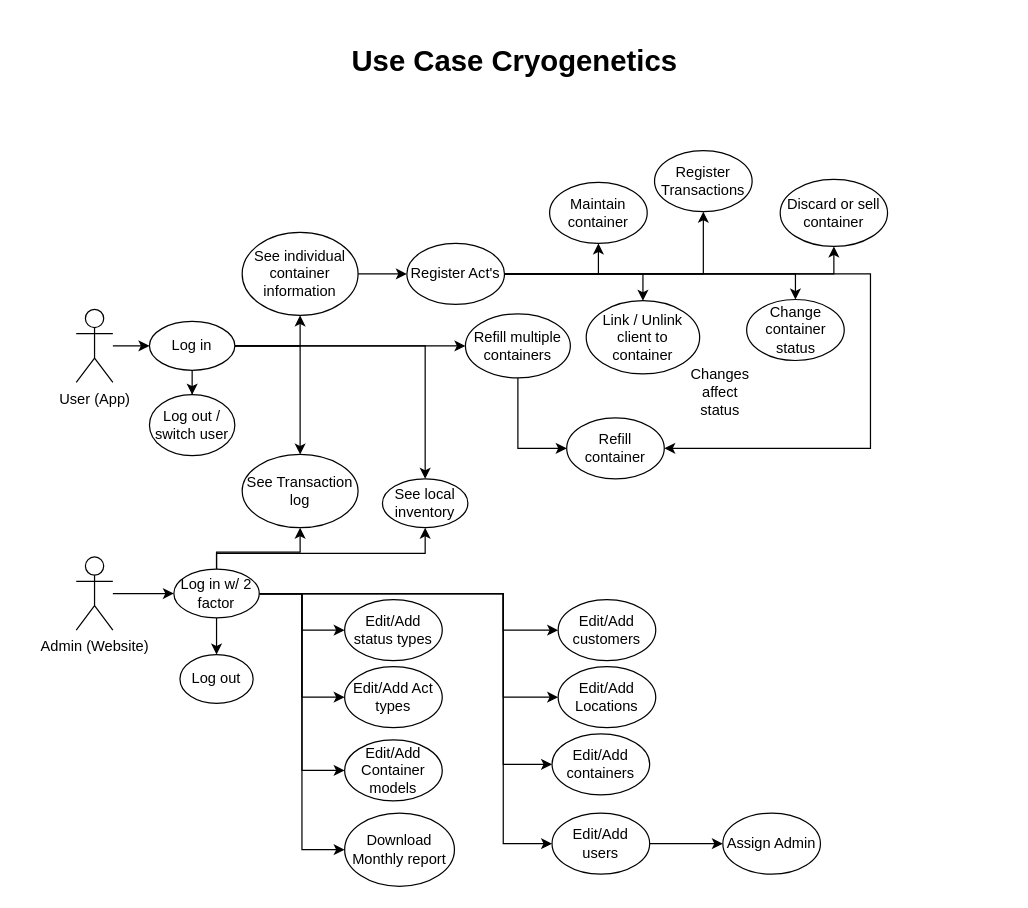
This is Documentation/Use Case Diagram/Use Case 3 Cryogenetics.drawio from AxelJacobsen/Bachelor-thesis-2023_Cryogenetics, a draw.io file, before an edit. Source tidied: cells renumbered, new cells numbered last; positions are measured from the earlier drawing's top-left corner, leaving out a move shared by most shapes. Both pictures are drawn from the tidied source at 122%, with x=0, y=0 at pixel (21, 21).
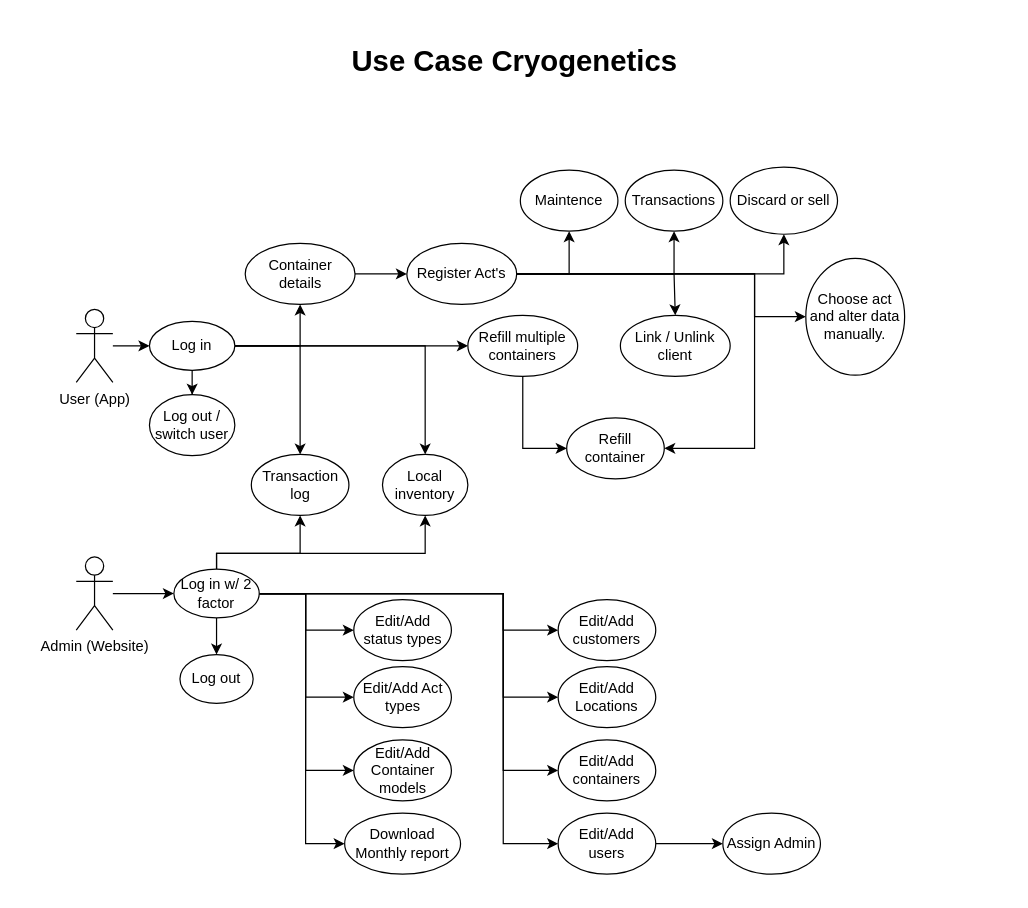
After the change.

Commit message:
Minor changes to use case diagram.

Unchanged cells that the change refers to:
```xml
<mxCell id="31" value="Log in w/ 2 factor" style="ellipse;whiteSpace=wrap;html=1;rounded=0;" parent="1" vertex="1">
  <mxGeometry x="125" y="449" width="70" height="40" as="geometry" />
</mxCell>
<mxCell id="46" value="Refill container" style="ellipse;whiteSpace=wrap;html=1;rounded=0;" parent="1" vertex="1">
  <mxGeometry x="447" y="325" width="80" height="50" as="geometry" />
</mxCell>
```

Change to the diagram source:
```diff
@@
-    <mxCell id="10" value="See local inventory" style="ellipse;whiteSpace=wrap;html=1;rounded=0;" parent="1" vertex="1">
-      <mxGeometry x="296" y="375" width="70" height="40" as="geometry" />
+    <mxCell id="10" value="Local inventory" style="ellipse;whiteSpace=wrap;html=1;rounded=0;" parent="1" vertex="1">
+      <mxGeometry x="296" y="355" width="70" height="50" as="geometry" />
     </mxCell>
-    <mxCell id="11" style="edgeStyle=orthogonalEdgeStyle;rounded=0;jettySize=auto;html=1;entryX=0.5;entryY=0;entryDx=0;entryDy=0;" parent="1" edge="1" source="17" target="55">
-      <mxGeometry relative="1" as="geometry" />
+    <mxCell id="11" style="edgeStyle=orthogonalEdgeStyle;rounded=0;jettySize=auto;html=1;entryX=0;entryY=0.5;entryDx=0;entryDy=0;" parent="1" edge="1" source="17" target="57">
+      <mxGeometry relative="1" as="geometry">
+        <Array as="points">
+          <mxPoint x="601" y="207" />
+          <mxPoint x="601" y="242" />
+        </Array>
+      </mxGeometry>
     </mxCell>
     <mxCell id="12" style="edgeStyle=orthogonalEdgeStyle;rounded=0;jettySize=auto;html=1;entryX=0.5;entryY=0;entryDx=0;entryDy=0;" parent="1" edge="1" source="17" target="54">
-      <mxGeometry relative="1" as="geometry" />
+      <mxGeometry relative="1" as="geometry">
+        <Array as="points">
+          <mxPoint x="535" y="207" />
+        </Array>
+      </mxGeometry>
     </mxCell>
@@
     <mxCell id="16" style="edgeStyle=orthogonalEdgeStyle;rounded=0;jettySize=auto;html=1;entryX=1;entryY=0.5;entryDx=0;entryDy=0;" parent="1" edge="1" source="17" target="46">
       <mxGeometry relative="1" as="geometry">
         <Array as="points">
-          <mxPoint x="696" y="207" />
-          <mxPoint x="696" y="350" />
+          <mxPoint x="601" y="207" />
+          <mxPoint x="601" y="350" />
         </Array>
       </mxGeometry>
     </mxCell>
     <mxCell id="17" value="Register Act's" style="ellipse;whiteSpace=wrap;html=1;rounded=0;" parent="1" vertex="1">
-      <mxGeometry x="316" y="182" width="80" height="50" as="geometry" />
+      <mxGeometry x="316" y="182" width="90" height="50" as="geometry" />
     </mxCell>
@@
     <mxCell id="20" style="edgeStyle=orthogonalEdgeStyle;rounded=0;jettySize=auto;html=1;entryX=0;entryY=0.5;entryDx=0;entryDy=0;" parent="1" edge="1" source="31" target="35">
-      <mxGeometry relative="1" as="geometry" />
+      <mxGeometry relative="1" as="geometry">
+        <Array as="points">
+          <mxPoint x="233" y="469" />
+          <mxPoint x="233" y="499" />
+        </Array>
+      </mxGeometry>
     </mxCell>
     <mxCell id="21" style="edgeStyle=orthogonalEdgeStyle;rounded=0;jettySize=auto;html=1;entryX=0;entryY=0.5;entryDx=0;entryDy=0;" parent="1" edge="1" source="31" target="36">
-      <mxGeometry relative="1" as="geometry" />
+      <mxGeometry relative="1" as="geometry">
+        <Array as="points">
+          <mxPoint x="233" y="469" />
+          <mxPoint x="233" y="554" />
+        </Array>
+      </mxGeometry>
     </mxCell>
     <mxCell id="22" style="edgeStyle=orthogonalEdgeStyle;rounded=0;jettySize=auto;html=1;entryX=0;entryY=0.5;entryDx=0;entryDy=0;" parent="1" edge="1" source="31" target="37">
-      <mxGeometry relative="1" as="geometry" />
+      <mxGeometry relative="1" as="geometry">
+        <Array as="points">
+          <mxPoint x="233" y="469" />
+          <mxPoint x="233" y="614" />
+        </Array>
+      </mxGeometry>
     </mxCell>
     <mxCell id="23" style="edgeStyle=orthogonalEdgeStyle;rounded=0;jettySize=auto;html=1;entryX=0;entryY=0.5;entryDx=0;entryDy=0;" parent="1" edge="1" source="31" target="38">
-      <mxGeometry relative="1" as="geometry" />
+      <mxGeometry relative="1" as="geometry">
+        <Array as="points">
+          <mxPoint x="233" y="469" />
+          <mxPoint x="233" y="674" />
+        </Array>
+      </mxGeometry>
     </mxCell>
@@
     <mxCell id="27" style="edgeStyle=orthogonalEdgeStyle;rounded=0;jettySize=auto;html=1;entryX=0;entryY=0.5;entryDx=0;entryDy=0;" parent="1" edge="1" source="31" target="32">
       <mxGeometry relative="1" as="geometry">
         <Array as="points">
           <mxPoint x="395" y="469" />
-          <mxPoint x="395" y="609" />
+          <mxPoint x="395" y="614" />
         </Array>
       </mxGeometry>
     </mxCell>
@@
     <mxCell id="29" style="edgeStyle=orthogonalEdgeStyle;rounded=0;jettySize=auto;html=1;entryX=0.5;entryY=1;entryDx=0;entryDy=0;" parent="1" edge="1" source="31" target="42">
       <mxGeometry relative="1" as="geometry">
         <Array as="points">
-          <mxPoint x="160" y="435" />
-          <mxPoint x="229" y="435" />
+          <mxPoint x="160" y="436" />
+          <mxPoint x="228" y="436" />
         </Array>
       </mxGeometry>
     </mxCell>
@@
     <mxCell id="32" value="Edit/Add containers" style="ellipse;whiteSpace=wrap;html=1;rounded=0;" parent="1" vertex="1">
-      <mxGeometry x="435" y="584" width="80" height="50" as="geometry" />
+      <mxGeometry x="440" y="589" width="80" height="50" as="geometry" />
     </mxCell>
@@
     <mxCell id="34" value="Edit/Add users" style="ellipse;whiteSpace=wrap;html=1;rounded=0;" parent="1" vertex="1">
-      <mxGeometry x="435" y="649" width="80" height="50" as="geometry" />
+      <mxGeometry x="440" y="649" width="80" height="50" as="geometry" />
     </mxCell>
     <mxCell id="35" value="Edit/Add status types" style="ellipse;whiteSpace=wrap;html=1;rounded=0;" parent="1" vertex="1">
-      <mxGeometry x="265" y="474" width="80" height="50" as="geometry" />
+      <mxGeometry x="272.5" y="474" width="80" height="50" as="geometry" />
     </mxCell>
     <mxCell id="36" value="Edit/Add Act types" style="ellipse;whiteSpace=wrap;html=1;rounded=0;" parent="1" vertex="1">
-      <mxGeometry x="265" y="529" width="80" height="50" as="geometry" />
+      <mxGeometry x="272.5" y="529" width="80" height="50" as="geometry" />
     </mxCell>
     <mxCell id="37" value="Edit/Add Container models" style="ellipse;whiteSpace=wrap;html=1;rounded=0;" parent="1" vertex="1">
-      <mxGeometry x="265" y="589" width="80" height="50" as="geometry" />
+      <mxGeometry x="272.5" y="589" width="80" height="50" as="geometry" />
     </mxCell>
     <mxCell id="38" value="Download Monthly report" style="ellipse;whiteSpace=wrap;html=1;rounded=0;" parent="1" vertex="1">
-      <mxGeometry x="265" y="649" width="90" height="60" as="geometry" />
+      <mxGeometry x="265" y="649" width="95" height="50" as="geometry" />
     </mxCell>
@@
-    <mxCell id="42" value="See Transaction log" style="ellipse;whiteSpace=wrap;html=1;rounded=0;" parent="1" vertex="1">
-      <mxGeometry x="181" y="355" width="95" height="60" as="geometry" />
+    <mxCell id="42" value="Transaction log" style="ellipse;whiteSpace=wrap;html=1;rounded=0;" parent="1" vertex="1">
+      <mxGeometry x="188.5" y="355" width="80" height="50" as="geometry" />
     </mxCell>
@@
-    <mxCell id="47" value="Discard or sell container" style="ellipse;whiteSpace=wrap;html=1;rounded=0;" parent="1" vertex="1">
-      <mxGeometry x="622" y="129.5" width="88" height="55" as="geometry" />
+    <mxCell id="47" value="Discard or sell" style="ellipse;whiteSpace=wrap;html=1;rounded=0;" parent="1" vertex="1">
+      <mxGeometry x="581" y="119.5" width="88" height="55" as="geometry" />
     </mxCell>
-    <mxCell id="48" value="Maintain container" style="ellipse;whiteSpace=wrap;html=1;rounded=0;" parent="1" vertex="1">
-      <mxGeometry x="433" y="132" width="80" height="50" as="geometry" />
+    <mxCell id="48" value="Maintence" style="ellipse;whiteSpace=wrap;html=1;rounded=0;" parent="1" vertex="1">
+      <mxGeometry x="409" y="122" width="80" height="50" as="geometry" />
     </mxCell>
-    <mxCell id="49" value="Register Transactions" style="ellipse;whiteSpace=wrap;html=1;rounded=0;" parent="1" vertex="1">
-      <mxGeometry x="519" y="106" width="80" height="50" as="geometry" />
+    <mxCell id="49" value="Transactions" style="ellipse;whiteSpace=wrap;html=1;rounded=0;" parent="1" vertex="1">
+      <mxGeometry x="495" y="122" width="80" height="50" as="geometry" />
     </mxCell>
@@
-    <mxCell id="51" value="See individual container information" style="ellipse;whiteSpace=wrap;html=1;rounded=0;" parent="1" vertex="1">
-      <mxGeometry x="181" y="173" width="95" height="68" as="geometry" />
+    <mxCell id="51" value="Container details" style="ellipse;whiteSpace=wrap;html=1;rounded=0;" parent="1" vertex="1">
+      <mxGeometry x="183.5" y="182" width="90" height="50" as="geometry" />
     </mxCell>
@@
     <mxCell id="53" value="Refill multiple containers" style="ellipse;whiteSpace=wrap;html=1;rounded=0;" parent="1" vertex="1">
-      <mxGeometry x="364" y="239.8" width="86" height="52.5" as="geometry" />
+      <mxGeometry x="366" y="241" width="90" height="50" as="geometry" />
     </mxCell>
-    <mxCell id="54" value="Link / Unlink client to container" style="ellipse;whiteSpace=wrap;html=1;rounded=0;" parent="1" vertex="1">
-      <mxGeometry x="463" y="229" width="93" height="60" as="geometry" />
+    <mxCell id="54" value="Link / Unlink client" style="ellipse;whiteSpace=wrap;html=1;rounded=0;" parent="1" vertex="1">
+      <mxGeometry x="491" y="241" width="90" height="50" as="geometry" />
     </mxCell>
-    <mxCell id="55" value="Change container status" style="ellipse;whiteSpace=wrap;html=1;rounded=0;" parent="1" vertex="1">
-      <mxGeometry x="594.5" y="228" width="80" height="50" as="geometry" />
-    </mxCell>
-    <mxCell id="56" value="Changes affect status" style="text;html=1;strokeColor=none;fillColor=none;align=center;verticalAlign=middle;whiteSpace=wrap;rounded=0;" parent="1" vertex="1">
-      <mxGeometry x="543" y="289" width="60" height="30" as="geometry" />
-    </mxCell>
+    <mxCell id="57" value="Choose act and alter data manually. " style="ellipse;whiteSpace=wrap;html=1;rounded=0;" parent="1" vertex="1">
+      <mxGeometry x="643" y="194.2" width="81" height="95.8" as="geometry" />
+    </mxCell>
```
